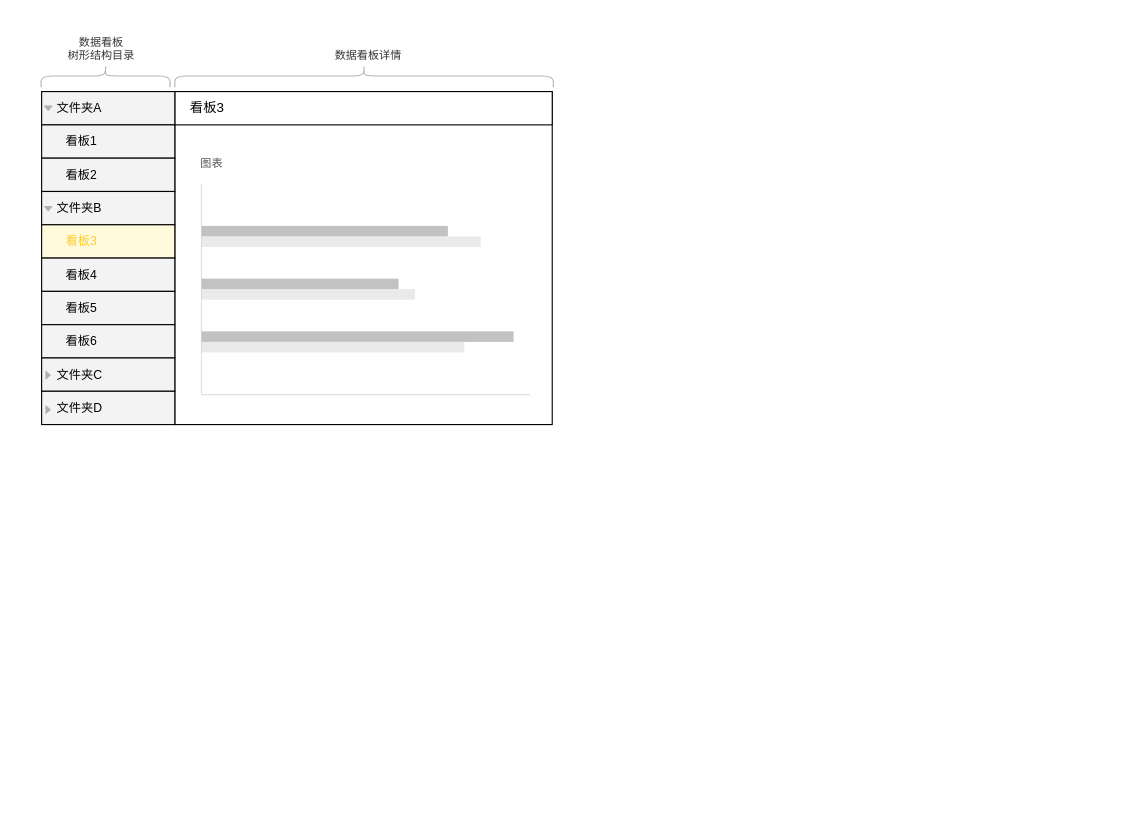
Above: bi看板.drawio in yangbe/diagrams (draw.io), before the change. Source tidied: cells renumbered, new cells numbered last; positions are measured from the earlier drawing's top-left corner, leaving out a move shared by most shapes. Both pictures are drawn from the tidied source at 111%, with x=0, y=0 at pixel (19, -113).
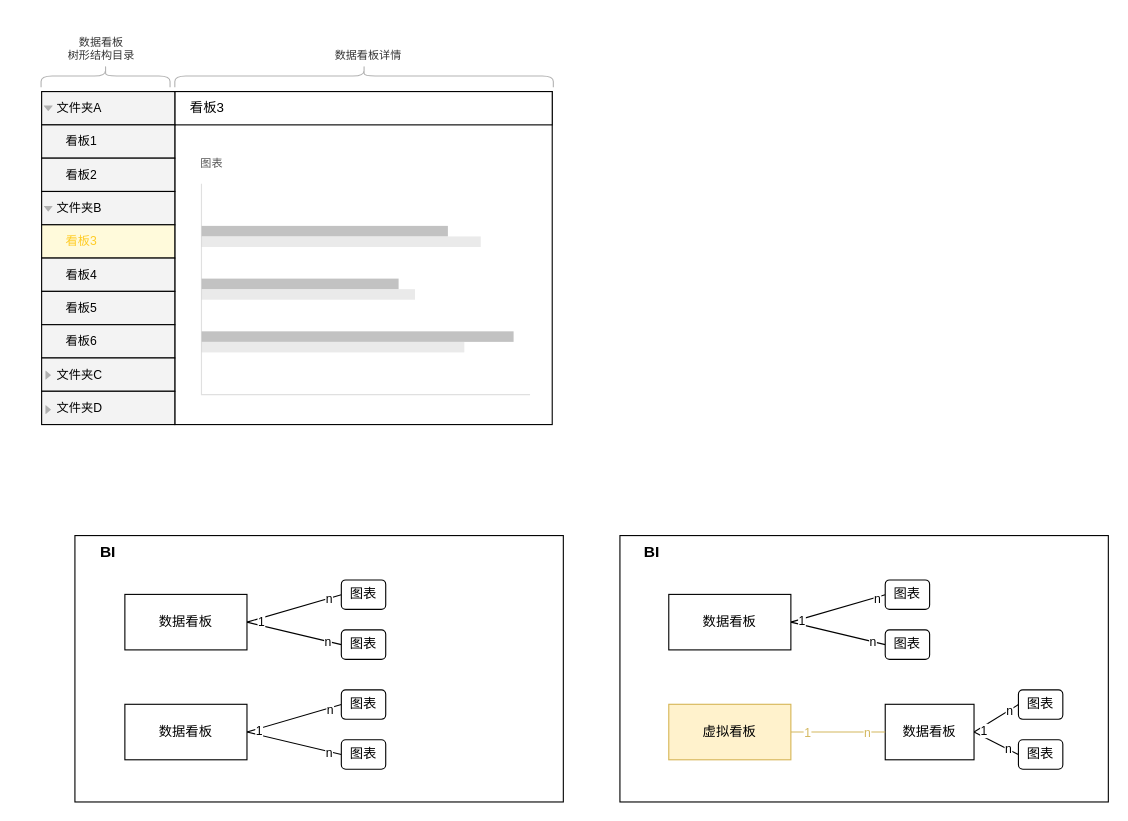
After the change.

The edit, as a diff of the source:
```diff
@@
+    <mxCell id="26" style="rounded=0;whiteSpace=wrap;html=1;" parent="1" vertex="1">
+      <mxGeometry x="50" y="584" width="440" height="240" as="geometry" />
+    </mxCell>
@@
+    <mxCell id="27" style="rounded=0;jettySize=auto;html=1;exitX=1;exitY=0.5;exitDx=0;exitDy=0;entryX=0;entryY=0.5;entryDx=0;entryDy=0;endArrow=none;endFill=0;" parent="1" edge="1" source="32" target="34">
+      <mxGeometry relative="1" as="geometry" />
+    </mxCell>
+    <mxCell id="28" value="n" style="edgeLabel;html=1;align=center;verticalAlign=middle;" parent="27" vertex="1">
+      <mxGeometry x="0.72" relative="1" as="geometry" />
+    </mxCell>
+    <mxCell id="29" style="rounded=0;jettySize=auto;html=1;exitX=1;exitY=0.5;exitDx=0;exitDy=0;entryX=0;entryY=0.5;entryDx=0;entryDy=0;endArrow=none;endFill=0;" parent="1" edge="1" source="32" target="33">
+      <mxGeometry relative="1" as="geometry" />
+    </mxCell>
+    <mxCell id="30" value="n" style="edgeLabel;html=1;align=center;verticalAlign=middle;" parent="29" vertex="1">
+      <mxGeometry x="0.74" relative="1" as="geometry" />
+    </mxCell>
+    <mxCell id="31" value="1" style="edgeLabel;html=1;align=center;verticalAlign=middle;" parent="29" vertex="1">
+      <mxGeometry x="-0.73" y="-3" relative="1" as="geometry" />
+    </mxCell>
+    <mxCell id="32" value="数据看板" style="html=1;whiteSpace=wrap;" parent="1" vertex="1">
+      <mxGeometry x="95" y="637" width="110" height="50" as="geometry" />
+    </mxCell>
+    <mxCell id="33" value="图表" style="rounded=1;whiteSpace=wrap;html=1;" parent="1" vertex="1">
+      <mxGeometry x="290" y="624" width="40" height="26.5" as="geometry" />
+    </mxCell>
+    <mxCell id="34" value="图表" style="rounded=1;whiteSpace=wrap;html=1;" parent="1" vertex="1">
+      <mxGeometry x="290" y="669" width="40" height="26.5" as="geometry" />
+    </mxCell>
+    <mxCell id="35" style="rounded=0;jettySize=auto;html=1;exitX=1;exitY=0.5;exitDx=0;exitDy=0;entryX=0;entryY=0.5;entryDx=0;entryDy=0;endArrow=none;endFill=0;" parent="1" edge="1" source="40" target="42">
+      <mxGeometry relative="1" as="geometry" />
+    </mxCell>
+    <mxCell id="36" value="n" style="edgeLabel;html=1;align=center;verticalAlign=middle;" parent="35" vertex="1">
+      <mxGeometry x="0.75" y="-1" relative="1" as="geometry" />
+    </mxCell>
+    <mxCell id="37" style="rounded=0;jettySize=auto;html=1;exitX=1;exitY=0.5;exitDx=0;exitDy=0;entryX=0;entryY=0.5;entryDx=0;entryDy=0;endArrow=none;endFill=0;" parent="1" edge="1" source="40" target="41">
+      <mxGeometry relative="1" as="geometry" />
+    </mxCell>
+    <mxCell id="38" value="n" style="edgeLabel;html=1;align=center;verticalAlign=middle;" parent="37" vertex="1">
+      <mxGeometry x="0.74" y="-1" relative="1" as="geometry" />
+    </mxCell>
+    <mxCell id="39" value="1" style="edgeLabel;html=1;align=center;verticalAlign=middle;" parent="37" vertex="1">
+      <mxGeometry x="-0.76" y="-1" relative="1" as="geometry">
+        <mxPoint y="1" as="offset" />
+      </mxGeometry>
+    </mxCell>
+    <mxCell id="40" value="数据看板" style="html=1;whiteSpace=wrap;" parent="1" vertex="1">
+      <mxGeometry x="95" y="736" width="110" height="50" as="geometry" />
+    </mxCell>
+    <mxCell id="41" value="图表" style="rounded=1;whiteSpace=wrap;html=1;" parent="1" vertex="1">
+      <mxGeometry x="290" y="723" width="40" height="26.5" as="geometry" />
+    </mxCell>
+    <mxCell id="42" value="图表" style="rounded=1;whiteSpace=wrap;html=1;" parent="1" vertex="1">
+      <mxGeometry x="290" y="768" width="40" height="26.5" as="geometry" />
+    </mxCell>
+    <mxCell id="43" value="BI" style="text;html=1;align=center;verticalAlign=middle;whiteSpace=wrap;rounded=0;fontSize=14;fontStyle=1;" parent="1" vertex="1">
+      <mxGeometry x="50" y="584" width="60" height="30" as="geometry" />
+    </mxCell>
+    <mxCell id="44" style="rounded=0;whiteSpace=wrap;html=1;" parent="1" vertex="1">
+      <mxGeometry x="541" y="584" width="440" height="240" as="geometry" />
+    </mxCell>
+    <mxCell id="45" style="rounded=0;jettySize=auto;html=1;exitX=1;exitY=0.5;exitDx=0;exitDy=0;endArrow=none;endFill=0;entryX=0;entryY=0.5;entryDx=0;entryDy=0;" parent="1" edge="1" source="50" target="51">
+      <mxGeometry relative="1" as="geometry" />
+    </mxCell>
+    <mxCell id="46" value="n" style="edgeLabel;html=1;align=center;verticalAlign=middle;" parent="45" vertex="1">
+      <mxGeometry x="0.8" y="-1" relative="1" as="geometry" />
+    </mxCell>
+    <mxCell id="47" style="rounded=0;jettySize=auto;html=1;exitX=1;exitY=0.5;exitDx=0;exitDy=0;entryX=0;entryY=0.5;entryDx=0;entryDy=0;endArrow=none;endFill=0;" parent="1" edge="1" source="50" target="52">
+      <mxGeometry relative="1" as="geometry" />
+    </mxCell>
+    <mxCell id="48" value="n" style="edgeLabel;html=1;align=center;verticalAlign=middle;" parent="47" vertex="1">
+      <mxGeometry x="0.75" relative="1" as="geometry" />
+    </mxCell>
+    <mxCell id="49" value="1" style="edgeLabel;html=1;align=center;verticalAlign=middle;" parent="47" vertex="1">
+      <mxGeometry x="-0.84" y="1" relative="1" as="geometry">
+        <mxPoint x="2" y="-2" as="offset" />
+      </mxGeometry>
+    </mxCell>
+    <mxCell id="50" value="数据看板" style="html=1;whiteSpace=wrap;" parent="1" vertex="1">
+      <mxGeometry x="585" y="637" width="110" height="50" as="geometry" />
+    </mxCell>
+    <mxCell id="51" value="图表" style="rounded=1;whiteSpace=wrap;html=1;" parent="1" vertex="1">
+      <mxGeometry x="780" y="624" width="40" height="26.5" as="geometry" />
+    </mxCell>
+    <mxCell id="52" value="图表" style="rounded=1;whiteSpace=wrap;html=1;" parent="1" vertex="1">
+      <mxGeometry x="780" y="669" width="40" height="26.5" as="geometry" />
+    </mxCell>
+    <mxCell id="53" style="rounded=0;jettySize=auto;html=1;exitX=1;exitY=0.5;exitDx=0;exitDy=0;entryX=0;entryY=0.5;entryDx=0;entryDy=0;endArrow=none;endFill=0;" parent="1" edge="1" source="58" target="60">
+      <mxGeometry relative="1" as="geometry" />
+    </mxCell>
+    <mxCell id="54" value="n" style="edgeLabel;html=1;align=center;verticalAlign=middle;" parent="53" vertex="1">
+      <mxGeometry x="0.51" y="1" relative="1" as="geometry" />
+    </mxCell>
+    <mxCell id="55" style="rounded=0;jettySize=auto;html=1;exitX=1;exitY=0.5;exitDx=0;exitDy=0;entryX=0;entryY=0.5;entryDx=0;entryDy=0;endArrow=none;endFill=0;" parent="1" edge="1" source="58" target="59">
+      <mxGeometry relative="1" as="geometry" />
+    </mxCell>
+    <mxCell id="56" value="n" style="edgeLabel;html=1;align=center;verticalAlign=middle;" parent="55" vertex="1">
+      <mxGeometry x="0.56" relative="1" as="geometry" />
+    </mxCell>
+    <mxCell id="57" value="1" style="edgeLabel;html=1;align=center;verticalAlign=middle;" parent="55" vertex="1">
+      <mxGeometry x="-0.65" y="-1" relative="1" as="geometry">
+        <mxPoint x="1" y="2" as="offset" />
+      </mxGeometry>
+    </mxCell>
+    <mxCell id="58" value="数据看板" style="html=1;whiteSpace=wrap;" parent="1" vertex="1">
+      <mxGeometry x="780" y="736" width="80" height="50" as="geometry" />
+    </mxCell>
+    <mxCell id="59" value="图表" style="rounded=1;whiteSpace=wrap;html=1;" parent="1" vertex="1">
+      <mxGeometry x="900" y="723" width="40" height="26.5" as="geometry" />
+    </mxCell>
+    <mxCell id="60" value="图表" style="rounded=1;whiteSpace=wrap;html=1;" parent="1" vertex="1">
+      <mxGeometry x="900" y="768" width="40" height="26.5" as="geometry" />
+    </mxCell>
+    <mxCell id="61" value="BI" style="text;html=1;align=center;verticalAlign=middle;whiteSpace=wrap;rounded=0;fontStyle=1;fontSize=14;" parent="1" vertex="1">
+      <mxGeometry x="540" y="584" width="60" height="30" as="geometry" />
+    </mxCell>
+    <mxCell id="62" style="rounded=0;jettySize=auto;html=1;exitX=1;exitY=0.5;exitDx=0;exitDy=0;entryX=0;entryY=0.5;entryDx=0;entryDy=0;endArrow=none;endFill=0;strokeColor=#D4B85F;" parent="1" edge="1" source="65" target="58">
+      <mxGeometry relative="1" as="geometry" />
+    </mxCell>
+    <mxCell id="63" value="1" style="edgeLabel;html=1;align=center;verticalAlign=middle;fontColor=#D4B85F;" parent="62" vertex="1">
+      <mxGeometry x="-0.66" relative="1" as="geometry" />
+    </mxCell>
+    <mxCell id="64" value="n" style="edgeLabel;html=1;align=center;verticalAlign=middle;fontColor=#D4B85F;" parent="62" vertex="1">
+      <mxGeometry x="0.65" relative="1" as="geometry">
+        <mxPoint x="-2" as="offset" />
+      </mxGeometry>
+    </mxCell>
+    <mxCell id="65" value="虚拟看板" style="html=1;whiteSpace=wrap;fillColor=#fff2cc;strokeColor=#d6b656;" parent="1" vertex="1">
+      <mxGeometry x="585" y="736" width="110" height="50" as="geometry" />
+    </mxCell>
```
